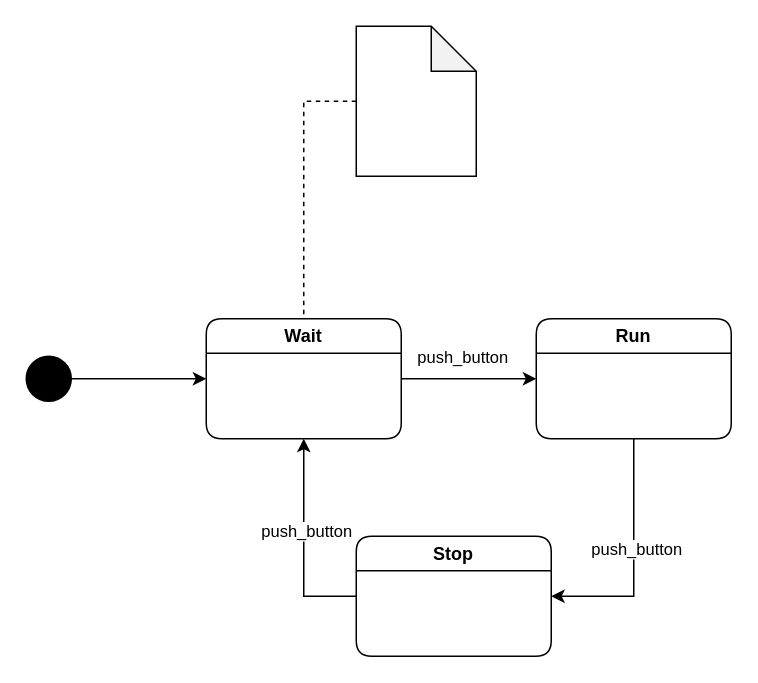
Earlier version of the draw.io diagram sample/StopWatch.drawio (sato22/Sm2Go). Source tidied: cells renumbered, new cells numbered last; positions are measured from the earlier drawing's top-left corner, leaving out a move shared by most shapes. Both pictures are drawn from the tidied source at 150%, with x=0, y=0 at pixel (26, 26).
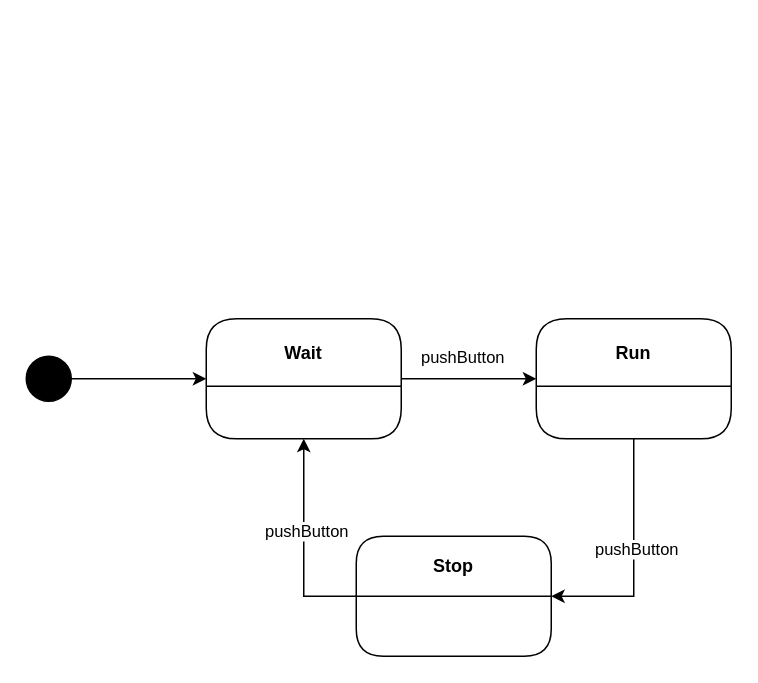
After the change.

The edit, as a diff of the source:
```diff
@@
 <mxGraphModel>
   <root>
     <mxCell id="0" />
     <mxCell id="1" parent="0" />
     <mxCell id="2" style="edgeStyle=orthogonalEdgeStyle;rounded=0;jettySize=auto;html=1;exitX=1;exitY=0.5;exitDx=0;exitDy=0;entryX=0;entryY=0.5;entryDx=0;entryDy=0;" parent="1" edge="1" source="3" target="6">
       <mxGeometry relative="1" as="geometry" />
     </mxCell>
     <mxCell id="3" style="ellipse;whiteSpace=wrap;html=1;glass=0;sketch=0;fillColor=#000000;" parent="1" vertex="1">
       <mxGeometry y="220" width="30" height="30" as="geometry" />
     </mxCell>
     <mxCell id="4" style="edgeStyle=orthogonalEdgeStyle;rounded=0;jettySize=auto;html=1;exitX=1;exitY=0.5;exitDx=0;exitDy=0;entryX=0;entryY=0.5;entryDx=0;entryDy=0;" parent="1" edge="1" source="6" target="9">
       <mxGeometry relative="1" as="geometry" />
     </mxCell>
-    <mxCell id="5" value="push_button" style="edgeLabel;html=1;align=center;verticalAlign=middle;" parent="4" vertex="1">
+    <mxCell id="5" value="pushButton" style="edgeLabel;html=1;align=center;verticalAlign=middle;" parent="4" vertex="1">
       <mxGeometry x="0.31" y="1" relative="1" as="geometry">
         <mxPoint x="-19" y="-14" as="offset" />
       </mxGeometry>
     </mxCell>
-    <mxCell id="6" value="Wait" style="swimlane;rounded=1;whiteSpace=wrap;html=1;glass=0;sketch=0;" parent="1" vertex="1">
+    <mxCell id="6" value="Wait" style="swimlane;rounded=1;whiteSpace=wrap;html=1;glass=0;sketch=0;startSize=45;" parent="1" vertex="1">
       <mxGeometry x="120" y="195" width="130" height="80" as="geometry" />
     </mxCell>
     <mxCell id="7" style="edgeStyle=orthogonalEdgeStyle;rounded=0;jettySize=auto;html=1;exitX=0.5;exitY=1;exitDx=0;exitDy=0;entryX=1;entryY=0.5;entryDx=0;entryDy=0;" parent="1" edge="1" source="9" target="12">
       <mxGeometry relative="1" as="geometry" />
     </mxCell>
-    <mxCell id="8" value="push_button" style="edgeLabel;html=1;align=center;verticalAlign=middle;" parent="7" vertex="1">
+    <mxCell id="8" value="pushButton" style="edgeLabel;html=1;align=center;verticalAlign=middle;" parent="7" vertex="1">
       <mxGeometry x="-0.09" y="1" relative="1" as="geometry" />
     </mxCell>
-    <mxCell id="9" value="Run" style="swimlane;rounded=1;whiteSpace=wrap;html=1;glass=0;sketch=0;" parent="1" vertex="1">
+    <mxCell id="9" value="Run" style="swimlane;rounded=1;whiteSpace=wrap;html=1;glass=0;sketch=0;startSize=45;" parent="1" vertex="1">
       <mxGeometry x="340" y="195" width="130" height="80" as="geometry" />
     </mxCell>
     <mxCell id="10" style="edgeStyle=orthogonalEdgeStyle;rounded=0;jettySize=auto;html=1;exitX=0;exitY=0.5;exitDx=0;exitDy=0;entryX=0.5;entryY=1;entryDx=0;entryDy=0;" parent="1" edge="1" source="12" target="6">
       <mxGeometry relative="1" as="geometry" />
     </mxCell>
-    <mxCell id="11" value="push_button" style="edgeLabel;html=1;align=center;verticalAlign=middle;" parent="10" vertex="1">
+    <mxCell id="11" value="pushButton" style="edgeLabel;html=1;align=center;verticalAlign=middle;" parent="10" vertex="1">
       <mxGeometry x="0.13" y="-1" relative="1" as="geometry" />
     </mxCell>
-    <mxCell id="12" value="Stop" style="swimlane;rounded=1;whiteSpace=wrap;html=1;glass=0;sketch=0;" parent="1" vertex="1">
+    <mxCell id="12" value="Stop" style="swimlane;rounded=1;whiteSpace=wrap;html=1;glass=0;sketch=0;startSize=40;" parent="1" vertex="1">
       <mxGeometry x="220" y="340" width="130" height="80" as="geometry" />
     </mxCell>
-    <mxCell id="13" style="edgeStyle=orthogonalEdgeStyle;rounded=0;jettySize=auto;html=1;exitX=0;exitY=0.5;exitDx=0;exitDy=0;exitPerimeter=0;entryX=0.5;entryY=0;entryDx=0;entryDy=0;endArrow=none;endFill=0;dashed=1;" parent="1" edge="1" source="14" target="6">
-      <mxGeometry relative="1" as="geometry" />
-    </mxCell>
-    <mxCell id="14" style="shape=note;whiteSpace=wrap;html=1;backgroundOutline=1;darkOpacity=0.05;glass=0;sketch=0;fillColor=#ffffff;" parent="1" vertex="1">
-      <mxGeometry x="220" width="80" height="100" as="geometry" />
-    </mxCell>
   </root>
 </mxGraphModel>
```
